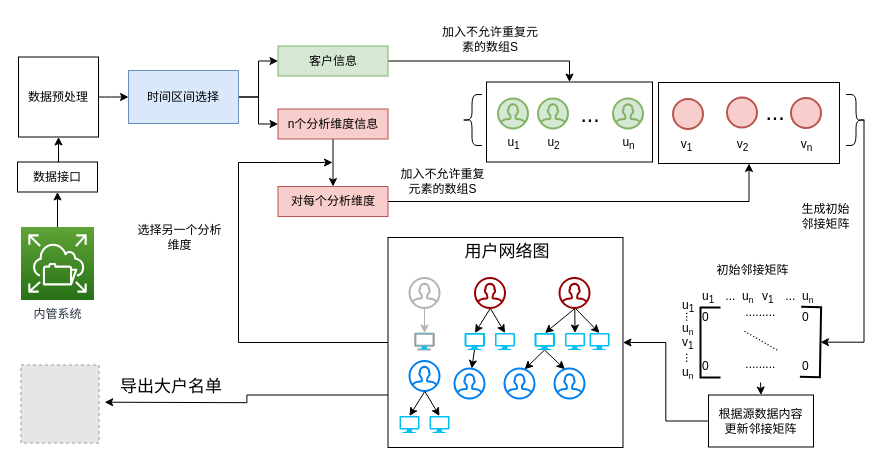
Before: page "Page-1" (1 of 4) of 大户模块和接口.drawio in 1009351456/Anonymous, a draw.io diagram. Source tidied: cells renumbered, new cells numbered last; positions are measured from the earlier drawing's top-left corner, leaving out a move shared by most shapes. Both pictures are drawn from the tidied source at 100%, with x=0, y=0 at pixel (17, 16). Pictures stored in the file or linked from it are replaced by grey dashed boxes.
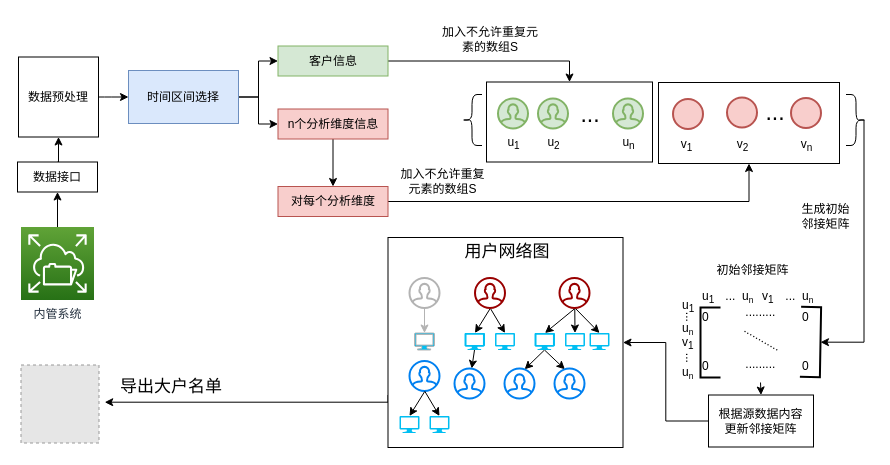
The same diagram, later.

Commit message:
Update 大户模块和接口.drawio

The change refers to these unchanged cells:
```xml
<mxCell id="4" style="rounded=0;whiteSpace=wrap;html=1;" parent="1" vertex="1">
  <mxGeometry x="370.5" y="221" width="235" height="210" as="geometry" />
</mxCell>
```

Change to the diagram source:
```diff
@@
-    <mxCell id="2" style="edgeStyle=orthogonalEdgeStyle;rounded=0;jettySize=auto;html=1;exitX=0;exitY=0.5;exitDx=0;exitDy=0;startArrow=none;startFill=0;endArrow=classic;endFill=1;strokeColor=#000000;fontSize=17;fontColor=#000000;" parent="1" edge="1" source="4">
-      <mxGeometry relative="1" as="geometry">
-        <mxPoint x="315" y="146" as="targetPoint" />
-        <Array as="points">
-          <mxPoint x="221" y="326" />
-          <mxPoint x="221" y="146" />
-          <mxPoint x="261" y="146" />
-        </Array>
-      </mxGeometry>
-    </mxCell>
     <mxCell id="3" style="edgeStyle=orthogonalEdgeStyle;rounded=0;jettySize=auto;html=1;exitX=0;exitY=0.75;exitDx=0;exitDy=0;entryX=1;entryY=0.5;entryDx=0;entryDy=0;startArrow=none;startFill=0;endArrow=classic;endFill=1;strokeColor=#000000;fontSize=17;fontColor=#000000;" parent="1" edge="1" source="4">
       <mxGeometry relative="1" as="geometry">
         <mxPoint x="87.2" y="385.7" as="targetPoint" />
+        <Array as="points">
+          <mxPoint x="370" y="386" />
+        </Array>
       </mxGeometry>
     </mxCell>
@@
-    <mxCell id="94" value="选择另一个分析维度" style="text;html=1;strokeColor=none;fillColor=none;align=center;verticalAlign=middle;whiteSpace=wrap;rounded=0;fontSize=12;" parent="1" vertex="1">
-      <mxGeometry x="119" y="210.5" width="87" height="21" as="geometry" />
-    </mxCell>
```
